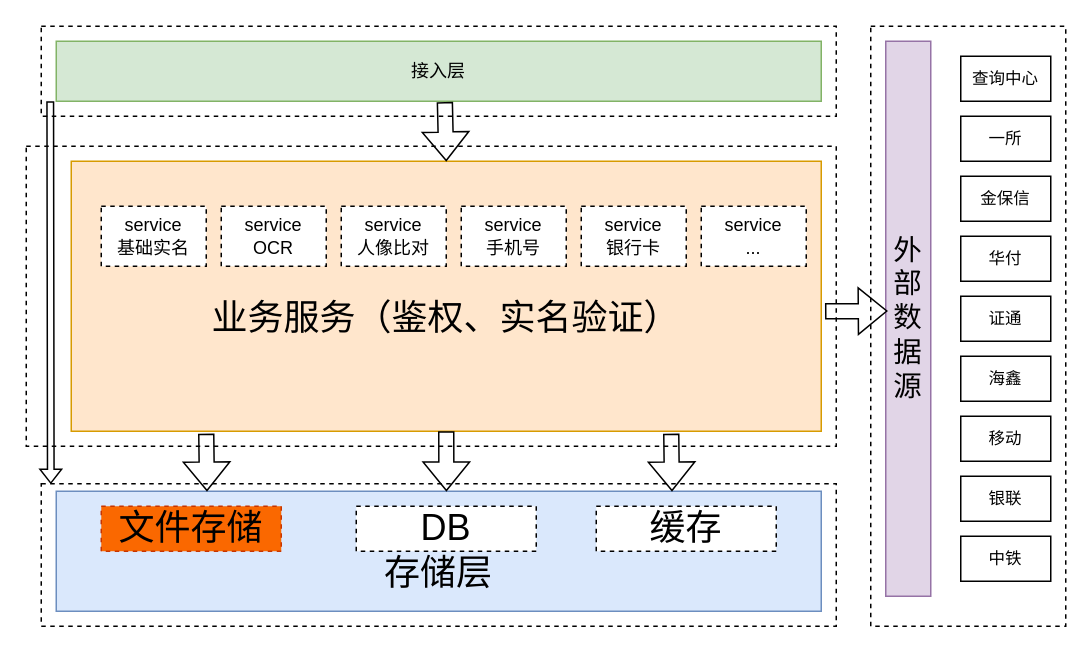
Above: tcsfs.drawio in silenceinthesky/Tools (draw.io), before the change. Source tidied: cells renumbered, new cells numbered last; positions are measured from the earlier drawing's top-left corner, leaving out a move shared by most shapes. Both pictures are drawn from the tidied source at 150%, with x=0, y=0 at pixel (26, 26).
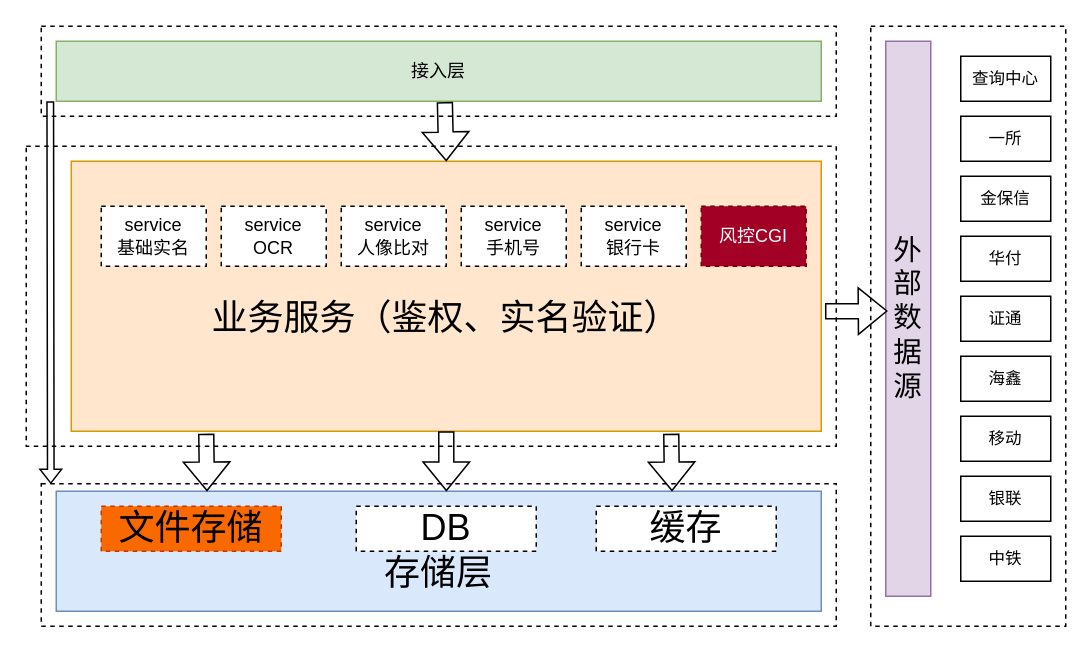
The same page after the edit.

Change to the diagram source:
```diff
@@
-    <mxCell id="15" value="service&lt;br&gt;..." style="rounded=0;whiteSpace=wrap;html=1;dashed=1;" parent="1" vertex="1">
+    <mxCell id="15" value="风控CGI" style="rounded=0;whiteSpace=wrap;html=1;dashed=1;fillColor=#a20025;fontColor=#ffffff;strokeColor=#6F0000;" parent="1" vertex="1">
       <mxGeometry x="450" y="120" width="70" height="40" as="geometry" />
     </mxCell>
```
